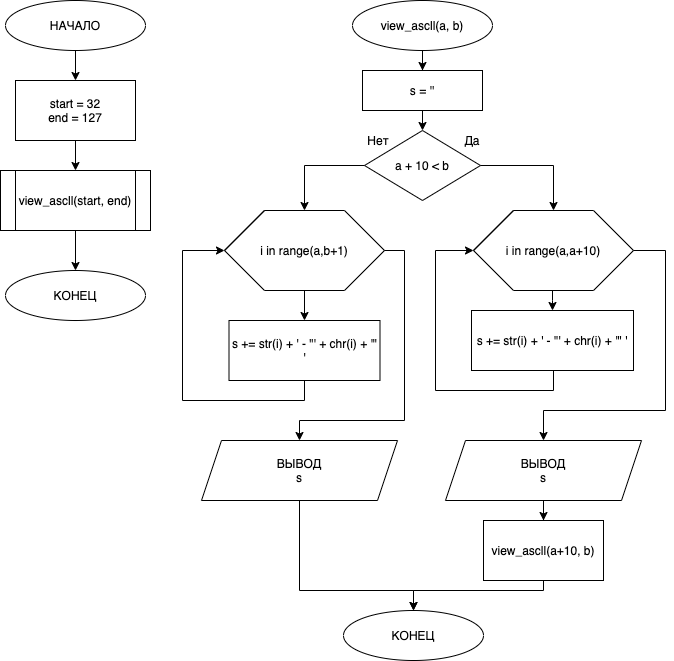
The draw.io diagram lesson_02-task_02_05.png in RSV48/algorithms, before a commit. Source tidied: cells renumbered, new cells last; positions are measured from the earlier drawing's top-left corner, leaving out a move shared by most shapes.
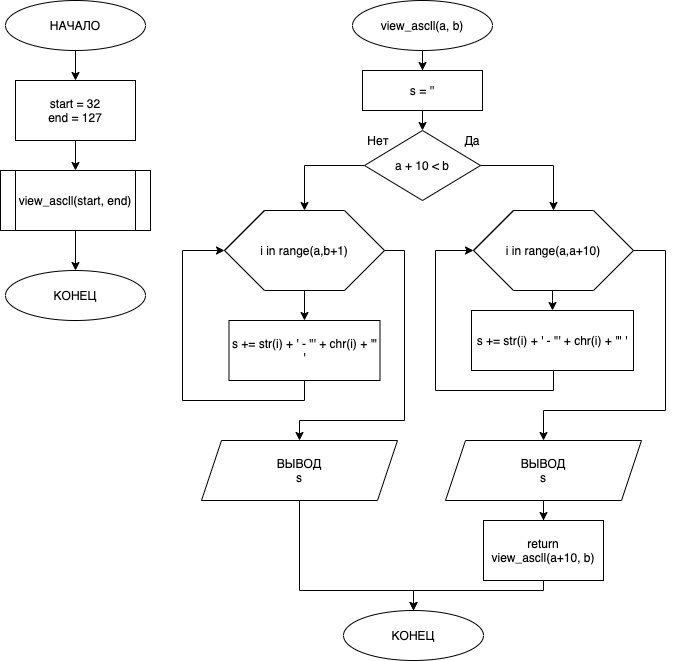
After the commit.

What changed in the source:
```diff
@@ -124,7 +124,7 @@
         </Array>
       </mxGeometry>
     </mxCell>
-    <mxCell id="28" value="view_ascll(a+10, b)" style="rounded=0;whiteSpace=wrap;html=1;shadow=0;fillColor=#ffffff;fontSize=12;" parent="1" vertex="1">
+    <mxCell id="28" value="return&lt;br&gt;view_ascll(a+10, b)" style="rounded=0;whiteSpace=wrap;html=1;shadow=0;fillColor=#ffffff;fontSize=12;" parent="1" vertex="1">
       <mxGeometry x="483" y="520" width="120" height="60" as="geometry" />
     </mxCell>
     <mxCell id="29" style="edgeStyle=orthogonalEdgeStyle;rounded=0;jettySize=auto;html=1;fontSize=12;entryX=0.5;entryY=0;entryDx=0;entryDy=0;" parent="1" edge="1" source="18" target="43">
```
